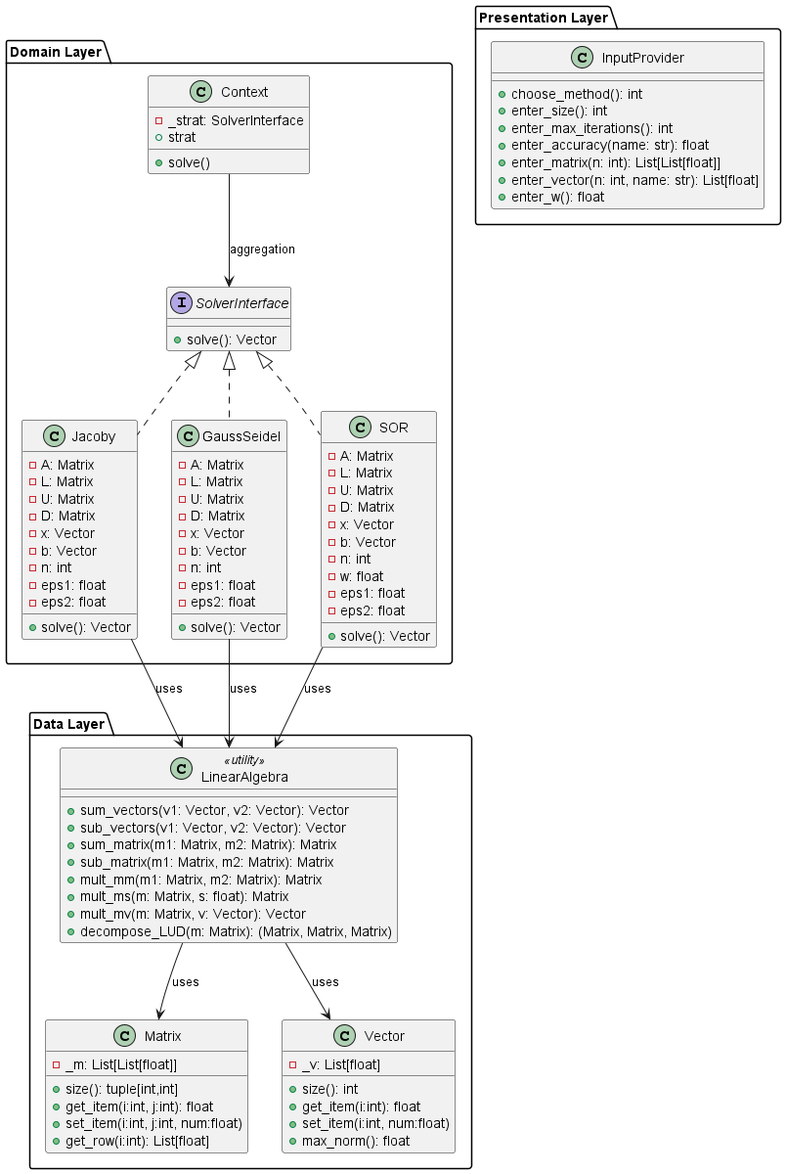
Earlier version of the PlantUML export out/digram/digram.png (badgersky/computing_methods_lib).
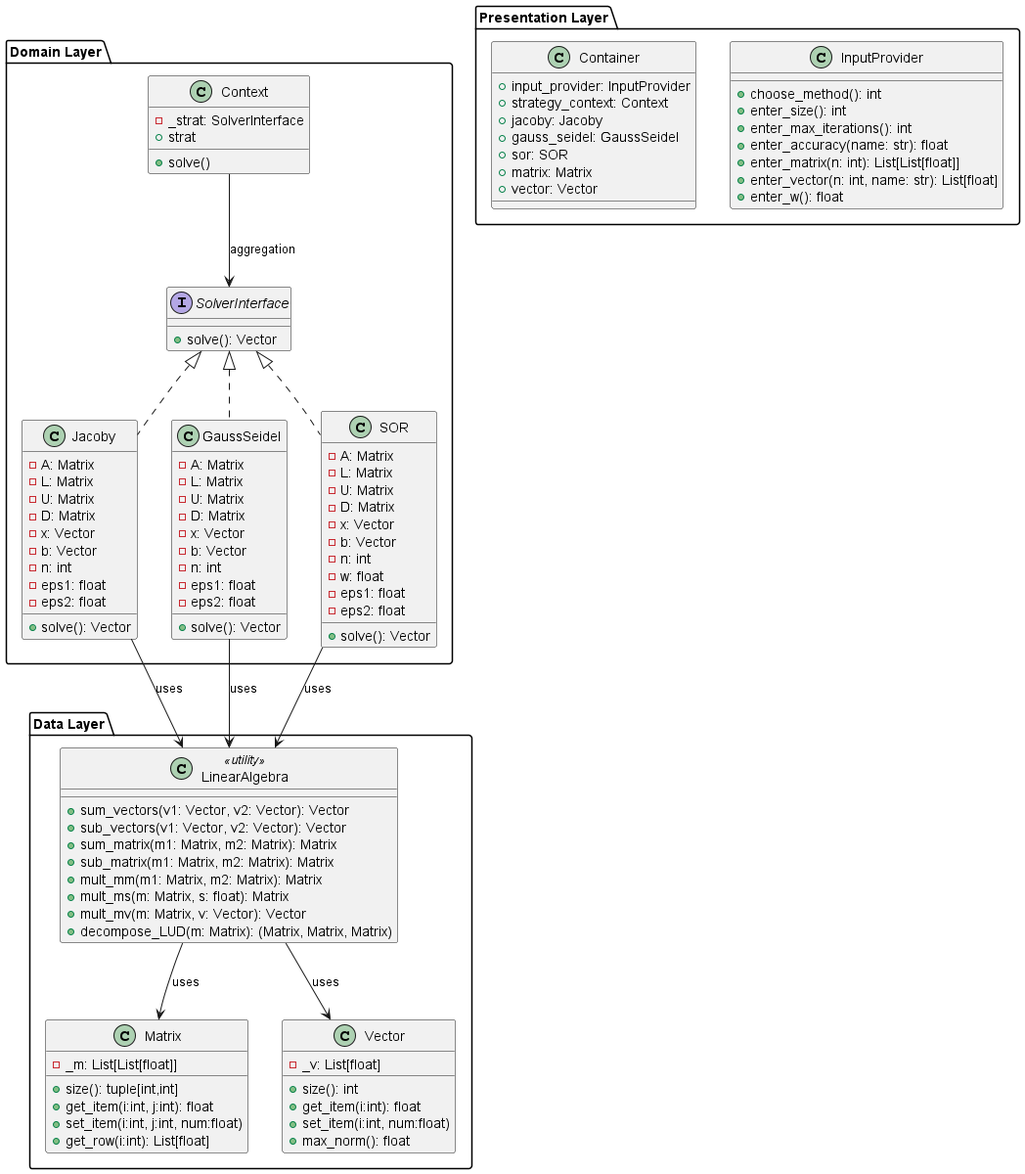
After the change.

Commit message:
added dependency injection, updated uml diagram

Change to the diagram source:
```diff
@@ -90,6 +90,16 @@
         + enter_vector(n: int, name: str): List[float]
         + enter_w(): float
     }
+
+    class Container {
+        + input_provider: InputProvider
+        + strategy_context: Context
+        + jacoby: Jacoby
+        + gauss_seidel: GaussSeidel
+        + sor: SOR
+        + matrix: Matrix
+        + vector: Vector
+    }
 }
 
 SolverInterface <|.. Jacoby
```
